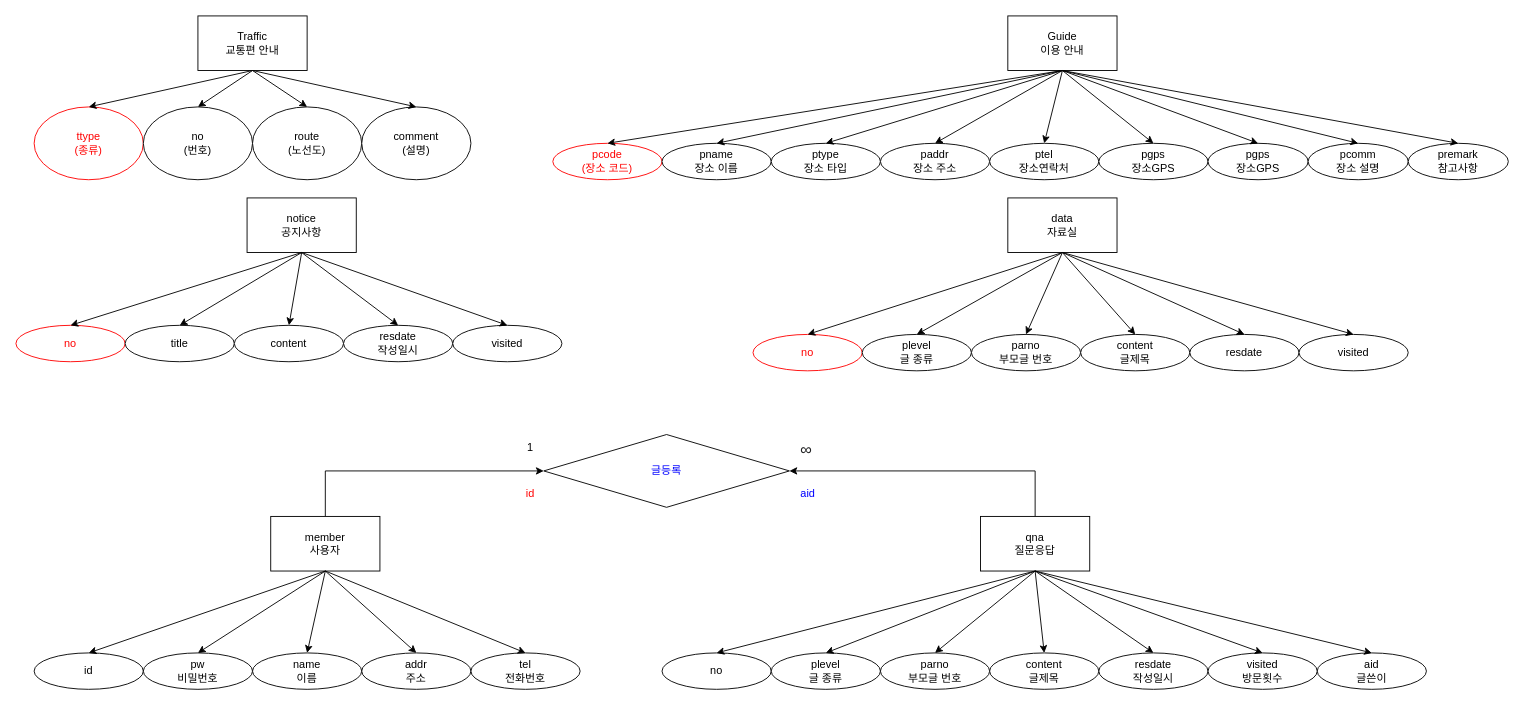
Above: logic_erd.drawio in imagine9977/project1 (draw.io), before the change. Source tidied: cells renumbered, new cells numbered last; positions are measured from the earlier drawing's top-left corner, leaving out a move shared by most shapes. Both pictures are drawn from the tidied source at 91%, with x=0, y=0 at pixel (15, 15).
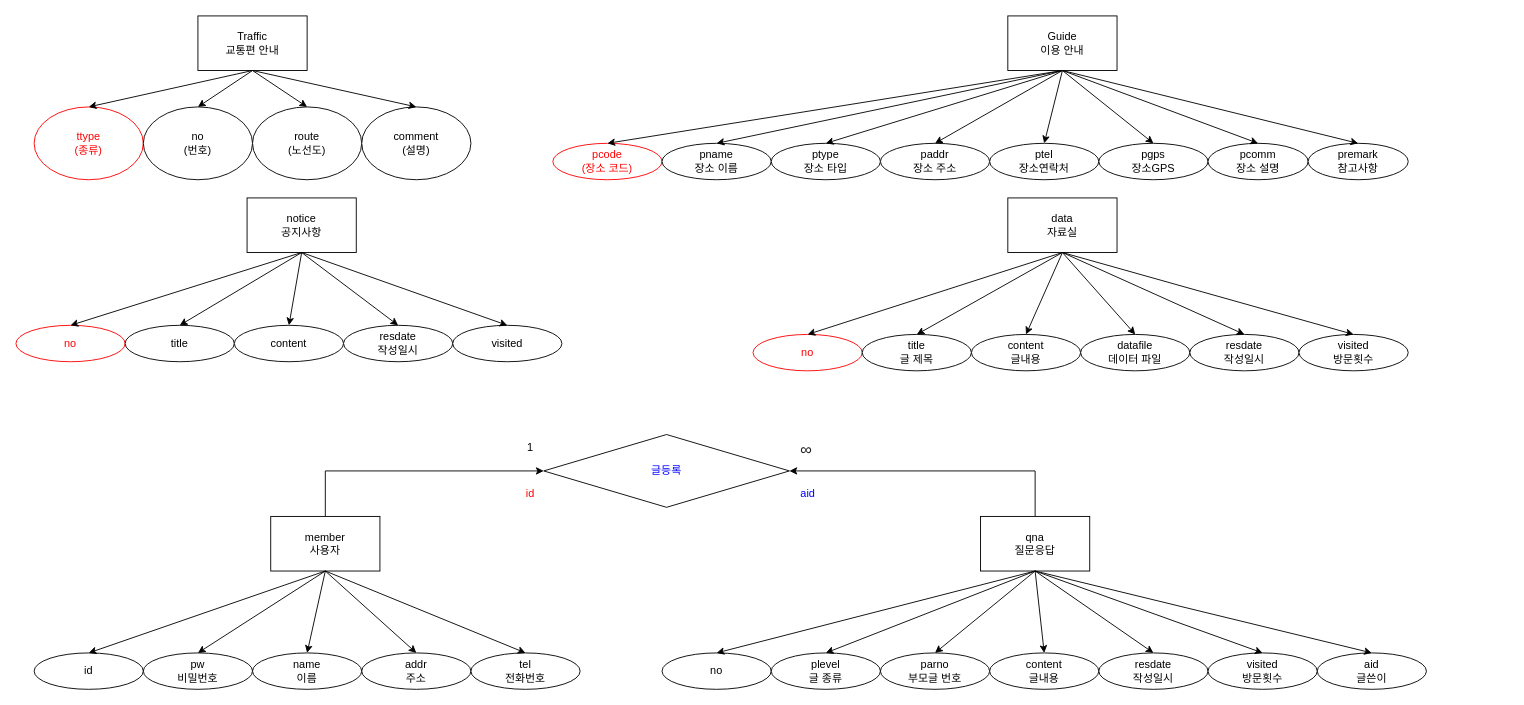
Above is the later version.

The change refers to these unchanged cells:
```xml
<mxCell id="11" value="Guide&lt;div&gt;이용 안내&lt;/div&gt;" style="rounded=0;whiteSpace=wrap;html=1;" parent="1" vertex="1">
  <mxGeometry x="1090" width="120" height="60" as="geometry" />
</mxCell>
```

What changed in the source:
```diff
@@
-    <mxCell id="22" value="&lt;div&gt;pgps&lt;/div&gt;장소GPS" style="ellipse;whiteSpace=wrap;html=1;" parent="1" vertex="1">
-      <mxGeometry x="1310" y="140" width="110" height="40" as="geometry" />
-    </mxCell>
     <mxCell id="23" value="pcomm&lt;div&gt;&lt;/div&gt;&lt;div&gt;장소 설명&lt;/div&gt;" style="ellipse;whiteSpace=wrap;html=1;" parent="1" vertex="1">
-      <mxGeometry x="1420" y="140" width="110" height="40" as="geometry" />
+      <mxGeometry x="1310" y="140" width="110" height="40" as="geometry" />
     </mxCell>
     <mxCell id="24" value="premark&lt;div&gt;참고사항&lt;/div&gt;" style="ellipse;whiteSpace=wrap;html=1;" parent="1" vertex="1">
-      <mxGeometry x="1530" y="140" width="110" height="40" as="geometry" />
+      <mxGeometry x="1420" y="140" width="110" height="40" as="geometry" />
     </mxCell>
@@
-    <mxCell id="27" style="endArrow=classic;html=1;rounded=0;entryX=0.5;entryY=0;entryDx=0;entryDy=0;exitX=0.5;exitY=1;exitDx=0;exitDy=0;" parent="1" edge="1" source="11" target="22">
-      <mxGeometry relative="1" as="geometry" />
-    </mxCell>
@@
-    <mxCell id="46" value="&lt;div&gt;content&lt;/div&gt;&lt;div&gt;글제목&lt;/div&gt;" style="ellipse;whiteSpace=wrap;html=1;" parent="1" vertex="1">
+    <mxCell id="46" value="&lt;div&gt;content&lt;/div&gt;&lt;div&gt;글내용&lt;/div&gt;" style="ellipse;whiteSpace=wrap;html=1;" parent="1" vertex="1">
       <mxGeometry x="1070" y="700" width="120" height="40" as="geometry" />
     </mxCell>
@@
-    <mxCell id="59" value="plevel&lt;div&gt;글 종류&lt;/div&gt;" style="ellipse;whiteSpace=wrap;html=1;" parent="1" vertex="1">
+    <mxCell id="59" value="title&lt;div&gt;글 제목&lt;/div&gt;" style="ellipse;whiteSpace=wrap;html=1;" parent="1" vertex="1">
       <mxGeometry x="930" y="350" width="120" height="40" as="geometry" />
     </mxCell>
-    <mxCell id="60" value="parno&lt;div&gt;부모글 번호&lt;/div&gt;" style="ellipse;whiteSpace=wrap;html=1;" parent="1" vertex="1">
+    <mxCell id="60" value="content&lt;div&gt;글내용&lt;/div&gt;" style="ellipse;whiteSpace=wrap;html=1;" parent="1" vertex="1">
       <mxGeometry x="1050" y="350" width="120" height="40" as="geometry" />
     </mxCell>
-    <mxCell id="61" value="&lt;div&gt;content&lt;/div&gt;&lt;div&gt;글제목&lt;/div&gt;" style="ellipse;whiteSpace=wrap;html=1;" parent="1" vertex="1">
+    <mxCell id="61" value="datafile&lt;div&gt;데이터 파일&lt;/div&gt;" style="ellipse;whiteSpace=wrap;html=1;" parent="1" vertex="1">
       <mxGeometry x="1170" y="350" width="120" height="40" as="geometry" />
     </mxCell>
@@
-    <mxCell id="66" value="resdate" style="ellipse;whiteSpace=wrap;html=1;" parent="1" vertex="1">
+    <mxCell id="66" value="resdate&lt;div&gt;작성일시&lt;/div&gt;" style="ellipse;whiteSpace=wrap;html=1;" parent="1" vertex="1">
       <mxGeometry x="1290" y="350" width="120" height="40" as="geometry" />
     </mxCell>
-    <mxCell id="67" value="visited" style="ellipse;whiteSpace=wrap;html=1;" parent="1" vertex="1">
+    <mxCell id="67" value="visited&lt;div&gt;방문횟수&lt;/div&gt;" style="ellipse;whiteSpace=wrap;html=1;" parent="1" vertex="1">
       <mxGeometry x="1410" y="350" width="120" height="40" as="geometry" />
     </mxCell>
```
